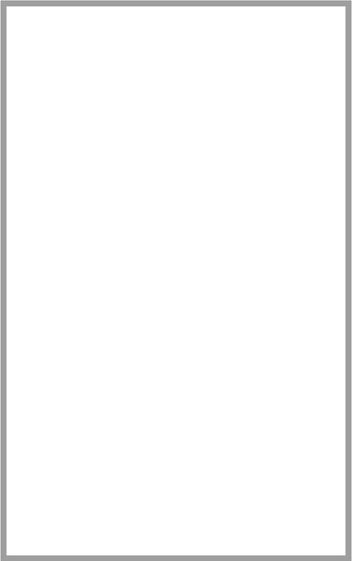
Above: schematics/export/ifstage-schematic.drawio.svg in astratakis/Mips-Processor (draw.io), before the change. Source tidied: cells renumbered, new cells last; positions are measured from the earlier drawing's top-left corner, leaving out a move shared by most shapes. Source of this version:
```xml
<mxGraphModel>
  <root>
    <mxCell id="0" />
    <mxCell id="1" parent="0" />
    <mxCell id="2" style="rounded=0;whiteSpace=wrap;html=1;strokeWidth=4;strokeColor=#9E9E9E;" parent="1" vertex="1">
      <mxGeometry width="230" height="370" as="geometry" />
    </mxCell>
  </root>
</mxGraphModel>
```
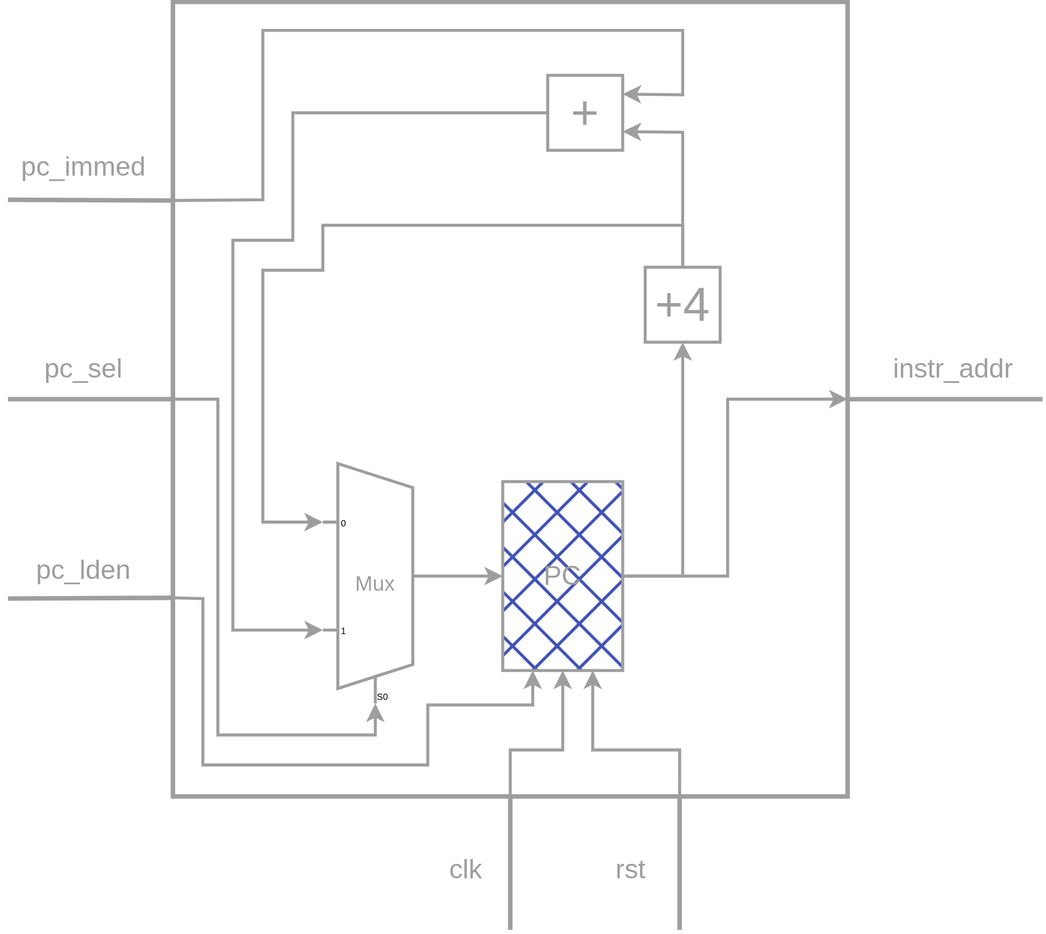
The same file after the commit.

What changed in the source:
```diff
@@ -2,8 +2,162 @@
   <root>
     <mxCell id="0" />
     <mxCell id="1" parent="0" />
-    <mxCell id="2" style="rounded=0;whiteSpace=wrap;html=1;strokeWidth=4;strokeColor=#9E9E9E;" parent="1" vertex="1">
-      <mxGeometry width="230" height="370" as="geometry" />
+    <mxCell id="2" style="rounded=0;whiteSpace=wrap;html=1;strokeWidth=3;strokeColor=#9E9E9E;fillColor=none;" parent="1" vertex="1">
+      <mxGeometry width="450" height="530" as="geometry" />
     </mxCell>
+    <mxCell id="3" value="&lt;font style=&quot;color: rgb(158, 158, 158); font-size: 14px;&quot;&gt;Mux&lt;/font&gt;" style="shadow=0;dashed=0;align=center;html=1;strokeWidth=2;shape=mxgraph.electrical.abstract.mux2;whiteSpace=wrap;strokeColor=#9E9E9E;fillColor=none;" parent="1" vertex="1">
+      <mxGeometry x="100" y="308" width="70" height="160" as="geometry" />
+    </mxCell>
+    <mxCell id="4" style="endArrow=none;html=1;rounded=0;strokeWidth=3;strokeColor=#9E9E9E;entryX=0;entryY=0.25;entryDx=0;entryDy=0;" parent="1" edge="1" target="2">
+      <mxGeometry relative="1" as="geometry">
+        <mxPoint x="-110" y="132" as="sourcePoint" />
+      </mxGeometry>
+    </mxCell>
+    <mxCell id="5" style="endArrow=none;html=1;rounded=0;strokeWidth=3;strokeColor=#9E9E9E;entryX=0;entryY=0.5;entryDx=0;entryDy=0;" parent="1" edge="1">
+      <mxGeometry relative="1" as="geometry">
+        <mxPoint x="-110" y="265" as="sourcePoint" />
+        <mxPoint y="265" as="targetPoint" />
+      </mxGeometry>
+    </mxCell>
+    <mxCell id="6" style="endArrow=none;html=1;rounded=0;strokeWidth=3;strokeColor=#9E9E9E;entryX=0;entryY=0.75;entryDx=0;entryDy=0;" parent="1" edge="1" target="2">
+      <mxGeometry relative="1" as="geometry">
+        <mxPoint x="-110" y="398" as="sourcePoint" />
+      </mxGeometry>
+    </mxCell>
+    <mxCell id="7" value="&lt;font style=&quot;font-size: 18px; color: rgb(158, 158, 158);&quot;&gt;pc_immed&lt;/font&gt;" style="text;html=1;align=center;verticalAlign=middle;strokeColor=none;fillColor=none;" parent="1" vertex="1">
+      <mxGeometry x="-115" y="90" width="110" height="40" as="geometry" />
+    </mxCell>
+    <mxCell id="8" value="&lt;font style=&quot;font-size: 18px; color: rgb(158, 158, 158);&quot;&gt;pc_sel&lt;/font&gt;" style="text;html=1;align=center;verticalAlign=middle;strokeColor=none;fillColor=none;" parent="1" vertex="1">
+      <mxGeometry x="-100" y="225" width="80" height="40" as="geometry" />
+    </mxCell>
+    <mxCell id="9" value="&lt;font style=&quot;font-size: 18px; color: rgb(158, 158, 158);&quot;&gt;pc_lden&lt;/font&gt;" style="text;html=1;align=center;verticalAlign=middle;strokeColor=none;fillColor=none;" parent="1" vertex="1">
+      <mxGeometry x="-105" y="359" width="90" height="40" as="geometry" />
+    </mxCell>
+    <mxCell id="10" value="&lt;font style=&quot;color: rgb(158, 158, 158); font-size: 32px;&quot;&gt;+&lt;/font&gt;" style="whiteSpace=wrap;html=1;strokeWidth=2;strokeColor=#9E9E9E;" parent="1" vertex="1">
+      <mxGeometry x="250" y="49" width="50" height="50" as="geometry" />
+    </mxCell>
+    <mxCell id="11" style="endArrow=classic;html=1;rounded=0;entryX=1;entryY=0.25;entryDx=0;entryDy=0;exitX=0;exitY=0.25;exitDx=0;exitDy=0;strokeWidth=2;strokeColor=#9E9E9E;" parent="1" edge="1" source="2" target="10">
+      <mxGeometry relative="1" as="geometry">
+        <Array as="points">
+          <mxPoint x="60" y="132" />
+          <mxPoint x="60" y="19" />
+          <mxPoint x="340" y="19" />
+          <mxPoint x="340" y="62" />
+        </Array>
+      </mxGeometry>
+    </mxCell>
+    <mxCell id="12" style="endArrow=classic;html=1;rounded=0;exitX=0;exitY=0.5;exitDx=0;exitDy=0;entryX=0;entryY=0.675;entryDx=0;entryDy=3;entryPerimeter=0;strokeWidth=2;strokeColor=#9E9E9E;" parent="1" edge="1" source="10" target="3">
+      <mxGeometry relative="1" as="geometry">
+        <Array as="points">
+          <mxPoint x="80" y="74" />
+          <mxPoint x="80" y="159" />
+          <mxPoint x="40" y="159" />
+          <mxPoint x="40" y="419" />
+        </Array>
+      </mxGeometry>
+    </mxCell>
+    <mxCell id="13" style="endArrow=classic;html=1;rounded=0;exitX=0;exitY=0.5;exitDx=0;exitDy=0;entryX=0.35714285714285715;entryY=1;entryDx=10;entryDy=0;entryPerimeter=0;strokeWidth=2;strokeColor=#9E9E9E;" parent="1" edge="1" source="2" target="3">
+      <mxGeometry relative="1" as="geometry">
+        <Array as="points">
+          <mxPoint x="30" y="265" />
+          <mxPoint x="30" y="489" />
+          <mxPoint x="135" y="489" />
+        </Array>
+      </mxGeometry>
+    </mxCell>
+    <mxCell id="14" value="&lt;font style=&quot;color: rgb(158, 158, 158); font-size: 32px;&quot;&gt;+4&lt;/font&gt;" style="whiteSpace=wrap;html=1;strokeWidth=2;strokeColor=#9E9E9E;" parent="1" vertex="1">
+      <mxGeometry x="315" y="177" width="50" height="50" as="geometry" />
+    </mxCell>
+    <mxCell id="15" style="endArrow=classic;html=1;rounded=0;entryX=1;entryY=0.75;entryDx=0;entryDy=0;exitX=0.5;exitY=0;exitDx=0;exitDy=0;strokeWidth=2;strokeColor=#9E9E9E;" parent="1" edge="1" source="14" target="10">
+      <mxGeometry relative="1" as="geometry">
+        <Array as="points">
+          <mxPoint x="340" y="87" />
+        </Array>
+      </mxGeometry>
+    </mxCell>
+    <mxCell id="16" style="endArrow=classic;html=1;rounded=0;entryX=0;entryY=0.225;entryDx=0;entryDy=3;entryPerimeter=0;exitX=0.5;exitY=0;exitDx=0;exitDy=0;strokeWidth=2;strokeColor=#9E9E9E;" parent="1" edge="1" source="14" target="3">
+      <mxGeometry relative="1" as="geometry">
+        <Array as="points">
+          <mxPoint x="340" y="149" />
+          <mxPoint x="100" y="149" />
+          <mxPoint x="100" y="179" />
+          <mxPoint x="60" y="179" />
+          <mxPoint x="60" y="347" />
+        </Array>
+      </mxGeometry>
+    </mxCell>
+    <mxCell id="17" value="&lt;font style=&quot;font-size: 18px; color: rgb(158, 158, 158);&quot;&gt;PC&lt;/font&gt;" style="rounded=0;whiteSpace=wrap;html=1;strokeColor=#9E9E9E;strokeWidth=2;fillColor=#3F51B5;fillStyle=cross-hatch;" parent="1" vertex="1">
+      <mxGeometry x="220" y="320" width="80" height="126" as="geometry" />
+    </mxCell>
+    <mxCell id="18" style="endArrow=classic;html=1;rounded=0;entryX=0;entryY=0.5;entryDx=0;entryDy=0;exitX=1;exitY=0.5;exitDx=0;exitDy=-5;exitPerimeter=0;strokeWidth=2;strokeColor=#9E9E9E;" parent="1" edge="1" source="3" target="17">
+      <mxGeometry relative="1" as="geometry" />
+    </mxCell>
+    <mxCell id="19" style="endArrow=classic;html=1;rounded=0;entryX=0.5;entryY=1;entryDx=0;entryDy=0;exitX=1;exitY=0.5;exitDx=0;exitDy=0;strokeWidth=2;strokeColor=#9E9E9E;" parent="1" edge="1" source="17" target="14">
+      <mxGeometry relative="1" as="geometry">
+        <Array as="points">
+          <mxPoint x="340" y="383" />
+        </Array>
+      </mxGeometry>
+    </mxCell>
+    <mxCell id="20" style="endArrow=none;html=1;rounded=0;strokeWidth=3;strokeColor=#9E9E9E;exitX=1;exitY=0.5;exitDx=0;exitDy=0;" parent="1" edge="1" source="2">
+      <mxGeometry relative="1" as="geometry">
+        <mxPoint x="580" y="265" as="targetPoint" />
+      </mxGeometry>
+    </mxCell>
+    <mxCell id="21" value="&lt;font style=&quot;font-size: 18px; color: rgb(158, 158, 158);&quot;&gt;instr_addr&lt;/font&gt;" style="text;html=1;align=center;verticalAlign=middle;strokeColor=none;fillColor=none;" parent="1" vertex="1">
+      <mxGeometry x="470" y="225" width="100" height="40" as="geometry" />
+    </mxCell>
+    <mxCell id="22" style="endArrow=classic;html=1;rounded=0;exitX=1;exitY=0.5;exitDx=0;exitDy=0;entryX=1;entryY=0.5;entryDx=0;entryDy=0;strokeWidth=2;strokeColor=#9E9E9E;" parent="1" edge="1" source="17" target="2">
+      <mxGeometry relative="1" as="geometry">
+        <Array as="points">
+          <mxPoint x="370" y="383" />
+          <mxPoint x="370" y="265" />
+        </Array>
+      </mxGeometry>
+    </mxCell>
+    <mxCell id="23" style="endArrow=none;html=1;rounded=0;entryX=0.5;entryY=1;entryDx=0;entryDy=0;strokeColor=#9E9E9E;strokeWidth=3;" parent="1" edge="1" target="2">
+      <mxGeometry relative="1" as="geometry">
+        <mxPoint x="225" y="619" as="sourcePoint" />
+      </mxGeometry>
+    </mxCell>
+    <mxCell id="24" style="endArrow=none;html=1;rounded=0;strokeColor=#9E9E9E;strokeWidth=3;" parent="1" edge="1">
+      <mxGeometry relative="1" as="geometry">
+        <mxPoint x="337.9" y="619" as="sourcePoint" />
+        <mxPoint x="337.9" y="530" as="targetPoint" />
+      </mxGeometry>
+    </mxCell>
+    <mxCell id="25" style="endArrow=classic;html=1;rounded=0;entryX=0.25;entryY=1;entryDx=0;entryDy=0;exitX=0;exitY=0.75;exitDx=0;exitDy=0;strokeWidth=2;strokeColor=#9E9E9E;" parent="1" edge="1" source="2" target="17">
+      <mxGeometry relative="1" as="geometry">
+        <Array as="points">
+          <mxPoint x="20" y="398" />
+          <mxPoint x="20" y="509" />
+          <mxPoint x="170" y="509" />
+          <mxPoint x="170" y="469" />
+          <mxPoint x="240" y="469" />
+        </Array>
+      </mxGeometry>
+    </mxCell>
+    <mxCell id="26" style="endArrow=classic;html=1;rounded=0;exitX=0.5;exitY=1;exitDx=0;exitDy=0;entryX=0.5;entryY=1;entryDx=0;entryDy=0;strokeWidth=2;strokeColor=#9E9E9E;" parent="1" edge="1" source="2" target="17">
+      <mxGeometry relative="1" as="geometry">
+        <Array as="points">
+          <mxPoint x="225" y="499" />
+          <mxPoint x="260" y="499" />
+        </Array>
+      </mxGeometry>
+    </mxCell>
+    <mxCell id="27" style="endArrow=classic;html=1;rounded=0;entryX=0.75;entryY=1;entryDx=0;entryDy=0;exitX=0.751;exitY=1;exitDx=0;exitDy=0;exitPerimeter=0;strokeColor=#9E9E9E;strokeWidth=2;" parent="1" edge="1" source="2" target="17">
+      <mxGeometry relative="1" as="geometry">
+        <Array as="points">
+          <mxPoint x="338" y="499" />
+          <mxPoint x="280" y="499" />
+        </Array>
+      </mxGeometry>
+    </mxCell>
+    <mxCell id="28" value="&lt;font style=&quot;font-size: 18px; color: rgb(158, 158, 158);&quot;&gt;clk&lt;/font&gt;" style="text;html=1;align=center;verticalAlign=middle;strokeColor=none;fillColor=none;" parent="1" vertex="1">
+      <mxGeometry x="170" y="559" width="50" height="40" as="geometry" />
+    </mxCell>
+    <mxCell id="29" value="&lt;font style=&quot;font-size: 18px; color: rgb(158, 158, 158);&quot;&gt;rst&lt;/font&gt;" style="text;html=1;align=center;verticalAlign=middle;strokeColor=none;fillColor=none;" parent="1" vertex="1">
+      <mxGeometry x="285" y="559" width="40" height="40" as="geometry" />
+    </mxCell>
   </root>
 </mxGraphModel>
```
